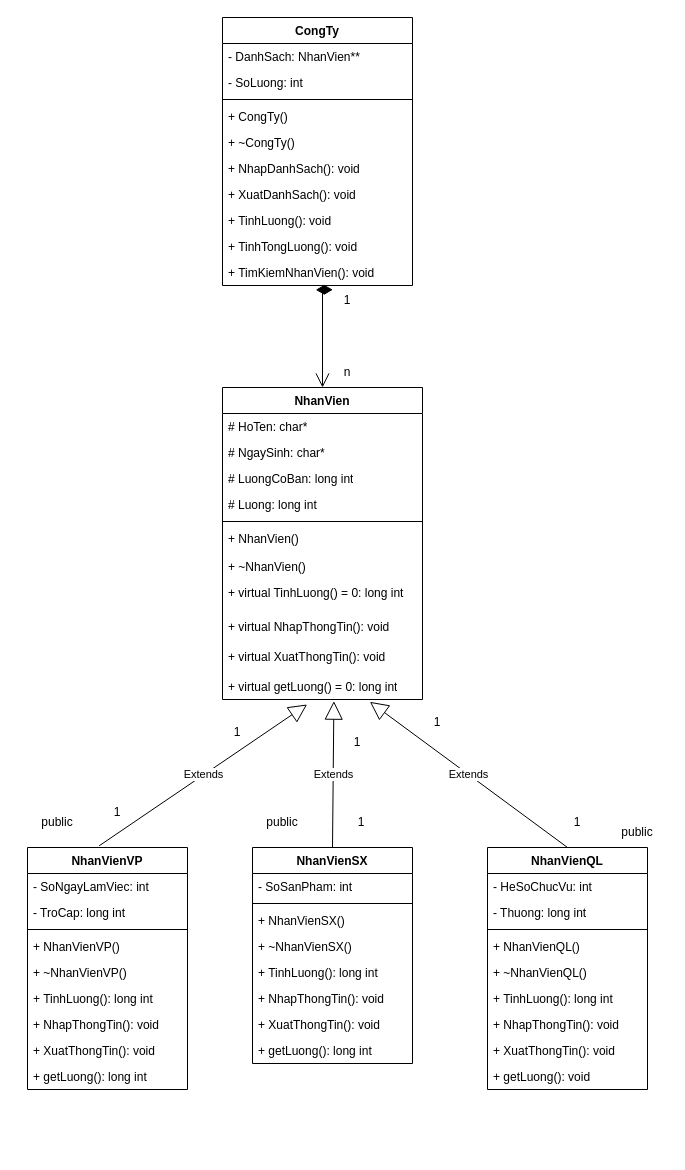
Earlier version of the draw.io diagram Untitled Diagram.drawio (TrinhHoa-23520508/class-diagram). Source tidied: cells renumbered, new cells numbered last; positions are measured from the earlier drawing's top-left corner, leaving out a move shared by most shapes. Both pictures are drawn from the tidied source at 100%, with x=0, y=0 at pixel (27, 17).
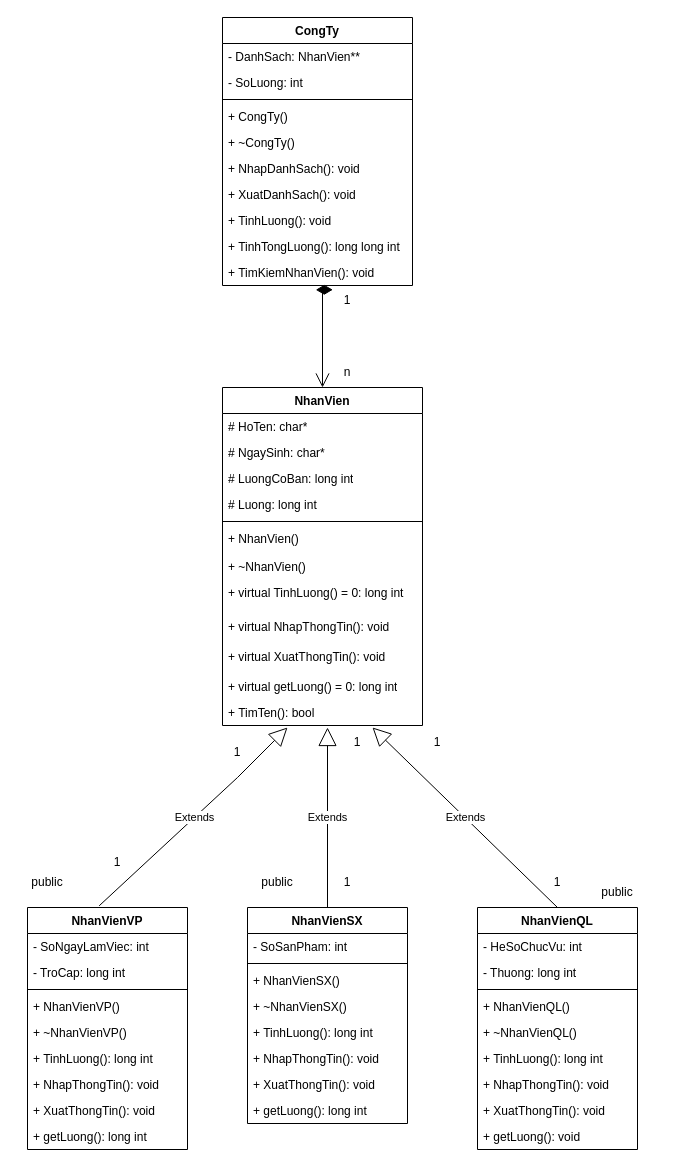
The same page after the edit.

Unchanged cells that the change refers to:
```xml
<mxCell id="13" value="+ virtual getLuong() = 0: long int" style="text;strokeColor=none;fillColor=none;align=left;verticalAlign=top;spacingLeft=4;spacingRight=4;overflow=hidden;points=[[0,0.5],[1,0.5]];portConstraint=eastwest;whiteSpace=wrap;html=1;" parent="2" vertex="1">
  <mxGeometry y="286" width="200" height="26" as="geometry" />
</mxCell>
<mxCell id="43" value="CongTy" style="swimlane;fontStyle=1;align=center;verticalAlign=top;horizontal=1;startSize=26;whiteSpace=wrap;html=1;" parent="1" vertex="1">
  <mxGeometry x="195" width="190" height="268" as="geometry" />
</mxCell>
<mxCell id="60" value="1" style="text;strokeColor=none;align=center;fillColor=none;html=1;verticalAlign=middle;whiteSpace=wrap;rounded=0;" parent="1" vertex="1">
  <mxGeometry x="300" y="710" width="60" height="30" as="geometry" />
</mxCell>
```

What changed in the source:
```diff
@@
     <mxCell id="2" value="NhanVien" style="swimlane;fontStyle=1;align=center;verticalAlign=top;horizontal=1;startSize=26;whiteSpace=wrap;html=1;" parent="1" vertex="1">
-      <mxGeometry x="195" y="370" width="200" height="312" as="geometry" />
+      <mxGeometry x="195" y="370" width="200" height="338" as="geometry" />
     </mxCell>
@@
+    <mxCell id="69" value="+ TimTen(): bool" style="text;strokeColor=none;fillColor=none;align=left;verticalAlign=top;spacingLeft=4;spacingRight=4;overflow=hidden;whiteSpace=wrap;html=1;" parent="2" vertex="1">
+      <mxGeometry y="312" width="200" height="26" as="geometry" />
+    </mxCell>
     <mxCell id="14" value="NhanVienVP" style="swimlane;fontStyle=1;align=center;verticalAlign=top;horizontal=1;startSize=26;whiteSpace=wrap;html=1;" parent="1" vertex="1">
-      <mxGeometry y="830" width="160" height="242" as="geometry" />
+      <mxGeometry y="890" width="160" height="242" as="geometry" />
     </mxCell>
@@
     <mxCell id="24" value="NhanVienSX" style="swimlane;fontStyle=1;align=center;verticalAlign=top;horizontal=1;startSize=26;whiteSpace=wrap;html=1;" parent="1" vertex="1">
-      <mxGeometry x="225" y="830" width="160" height="216" as="geometry" />
+      <mxGeometry x="220" y="890" width="160" height="216" as="geometry" />
     </mxCell>
@@
     <mxCell id="33" value="NhanVienQL" style="swimlane;fontStyle=1;align=center;verticalAlign=top;horizontal=1;startSize=26;whiteSpace=wrap;html=1;" parent="1" vertex="1">
-      <mxGeometry x="460" y="830" width="160" height="242" as="geometry" />
+      <mxGeometry x="450" y="890" width="160" height="242" as="geometry" />
     </mxCell>
@@
-    <mxCell id="52" value="+ TinhTongLuong(): void" style="text;strokeColor=none;fillColor=none;align=left;verticalAlign=top;spacingLeft=4;spacingRight=4;overflow=hidden;whiteSpace=wrap;html=1;" parent="43" vertex="1">
+    <mxCell id="52" value="+ TinhTongLuong(): long long int" style="text;strokeColor=none;fillColor=none;align=left;verticalAlign=top;spacingLeft=4;spacingRight=4;overflow=hidden;whiteSpace=wrap;html=1;" parent="43" vertex="1">
       <mxGeometry y="216" width="190" height="26" as="geometry" />
     </mxCell>
@@
-    <mxCell id="55" value="Extends" style="endArrow=block;endSize=16;endFill=0;html=1;rounded=0;entryX=0.423;entryY=1.192;entryDx=0;entryDy=0;entryPerimeter=0;exitX=0.448;exitY=-0.007;exitDx=0;exitDy=0;exitPerimeter=0;" parent="1" edge="1" source="14" target="13">
-      <mxGeometry relative="1" as="geometry" />
+    <mxCell id="55" value="Extends" style="endArrow=block;endSize=16;endFill=0;html=1;rounded=0;exitX=0.448;exitY=-0.007;exitDx=0;exitDy=0;exitPerimeter=0;" parent="1" edge="1" source="14">
+      <mxGeometry relative="1" as="geometry">
+        <mxPoint x="260" y="710" as="targetPoint" />
+        <Array as="points">
+          <mxPoint x="210" y="760" />
+        </Array>
+      </mxGeometry>
     </mxCell>
-    <mxCell id="56" value="Extends" style="endArrow=block;endSize=16;endFill=0;html=1;rounded=0;entryX=0.557;entryY=1.064;entryDx=0;entryDy=0;entryPerimeter=0;exitX=0.5;exitY=0;exitDx=0;exitDy=0;" parent="1" edge="1" source="24" target="13">
+    <mxCell id="56" value="Extends" style="endArrow=block;endSize=16;endFill=0;html=1;rounded=0;entryX=0;entryY=0;entryDx=0;entryDy=0;exitX=0.5;exitY=0;exitDx=0;exitDy=0;" parent="1" edge="1" source="24" target="60">
       <mxGeometry relative="1" as="geometry" />
     </mxCell>
-    <mxCell id="57" value="Extends" style="endArrow=block;endSize=16;endFill=0;html=1;rounded=0;entryX=0.737;entryY=1.09;entryDx=0;entryDy=0;entryPerimeter=0;exitX=0.5;exitY=0;exitDx=0;exitDy=0;" parent="1" edge="1" source="33" target="13">
-      <mxGeometry relative="1" as="geometry" />
-    </mxCell>
     <mxCell id="58" value="1" style="text;strokeColor=none;align=center;fillColor=none;html=1;verticalAlign=middle;whiteSpace=wrap;rounded=0;" parent="1" vertex="1">
-      <mxGeometry x="380" y="690" width="60" height="30" as="geometry" />
+      <mxGeometry x="380" y="710" width="60" height="30" as="geometry" />
     </mxCell>
     <mxCell id="59" value="1" style="text;strokeColor=none;align=center;fillColor=none;html=1;verticalAlign=middle;whiteSpace=wrap;rounded=0;" parent="1" vertex="1">
-      <mxGeometry x="520" y="790" width="60" height="30" as="geometry" />
+      <mxGeometry x="500" y="850" width="60" height="30" as="geometry" />
     </mxCell>
@@
     <mxCell id="61" value="1" style="text;strokeColor=none;align=center;fillColor=none;html=1;verticalAlign=middle;whiteSpace=wrap;rounded=0;" parent="1" vertex="1">
-      <mxGeometry x="304" y="790" width="60" height="30" as="geometry" />
+      <mxGeometry x="290" y="850" width="60" height="30" as="geometry" />
     </mxCell>
     <mxCell id="62" value="1" style="text;strokeColor=none;align=center;fillColor=none;html=1;verticalAlign=middle;whiteSpace=wrap;rounded=0;" parent="1" vertex="1">
-      <mxGeometry x="180" y="700" width="60" height="30" as="geometry" />
+      <mxGeometry x="180" y="720" width="60" height="30" as="geometry" />
     </mxCell>
     <mxCell id="63" value="1" style="text;strokeColor=none;align=center;fillColor=none;html=1;verticalAlign=middle;whiteSpace=wrap;rounded=0;" parent="1" vertex="1">
-      <mxGeometry x="60" y="780" width="60" height="30" as="geometry" />
+      <mxGeometry x="60" y="830" width="60" height="30" as="geometry" />
     </mxCell>
@@
     <mxCell id="66" value="public" style="text;strokeColor=none;align=center;fillColor=none;html=1;verticalAlign=middle;whiteSpace=wrap;rounded=0;" parent="1" vertex="1">
-      <mxGeometry y="790" width="60" height="30" as="geometry" />
+      <mxGeometry x="-10" y="850" width="60" height="30" as="geometry" />
     </mxCell>
     <mxCell id="67" value="public" style="text;strokeColor=none;align=center;fillColor=none;html=1;verticalAlign=middle;whiteSpace=wrap;rounded=0;" parent="1" vertex="1">
-      <mxGeometry x="225" y="790" width="60" height="30" as="geometry" />
+      <mxGeometry x="220" y="850" width="60" height="30" as="geometry" />
     </mxCell>
     <mxCell id="68" value="public" style="text;strokeColor=none;align=center;fillColor=none;html=1;verticalAlign=middle;whiteSpace=wrap;rounded=0;" parent="1" vertex="1">
-      <mxGeometry x="580" y="800" width="60" height="30" as="geometry" />
+      <mxGeometry x="560" y="860" width="60" height="30" as="geometry" />
     </mxCell>
+    <mxCell id="57" value="Extends" style="endArrow=block;endSize=16;endFill=0;html=1;rounded=0;entryX=0.75;entryY=0;entryDx=0;entryDy=0;exitX=0.5;exitY=0;exitDx=0;exitDy=0;" parent="1" edge="1" source="33" target="60">
+      <mxGeometry relative="1" as="geometry" />
+    </mxCell>
```
